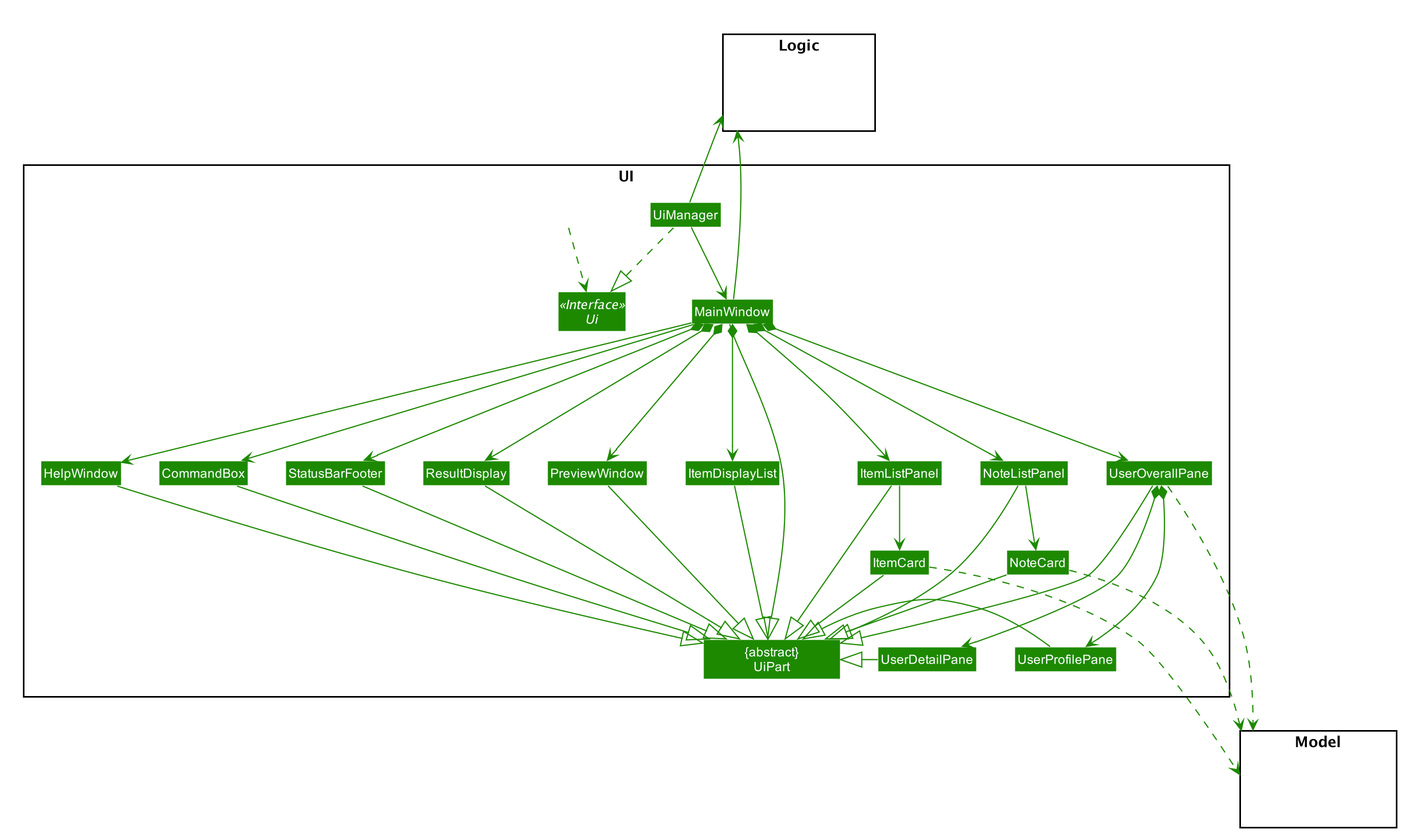
The PlantUML diagram docs/images/UiClassDiagram.png in wardetu/main, before a commit.
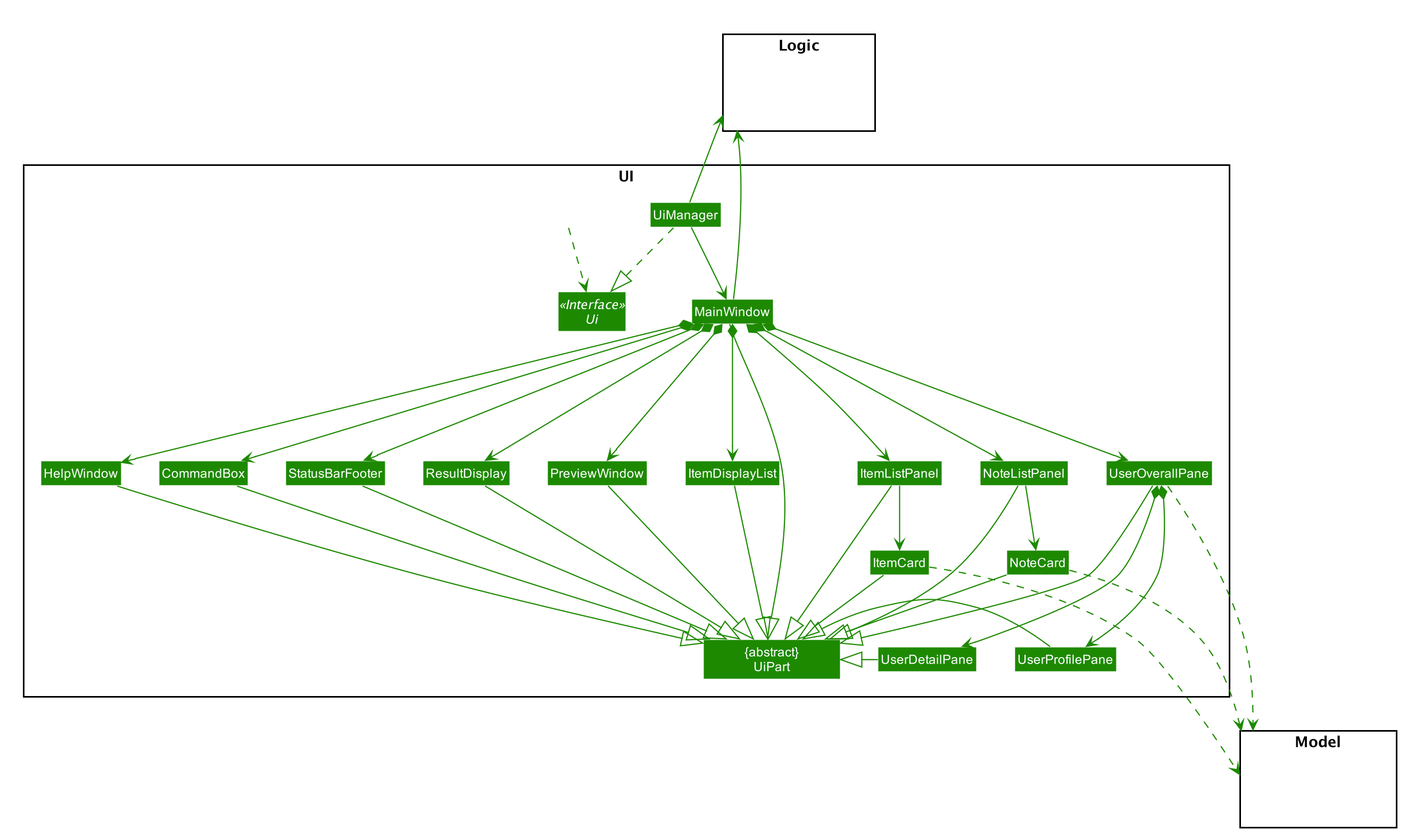
Later version of the same file.

The edit, as a diff of the source:
```diff
@@ -77,8 +77,8 @@
 UiManager ..|> Ui
 UiManager --> MainWindow
 
-MainWindow ---> HelpWindow
-MainWindow ---> CommandBox
+MainWindow *---> HelpWindow
+MainWindow *---> CommandBox
 
 MainWindow *---> ResultDisplay
 MainWindow *---> StatusBarFooter
```
